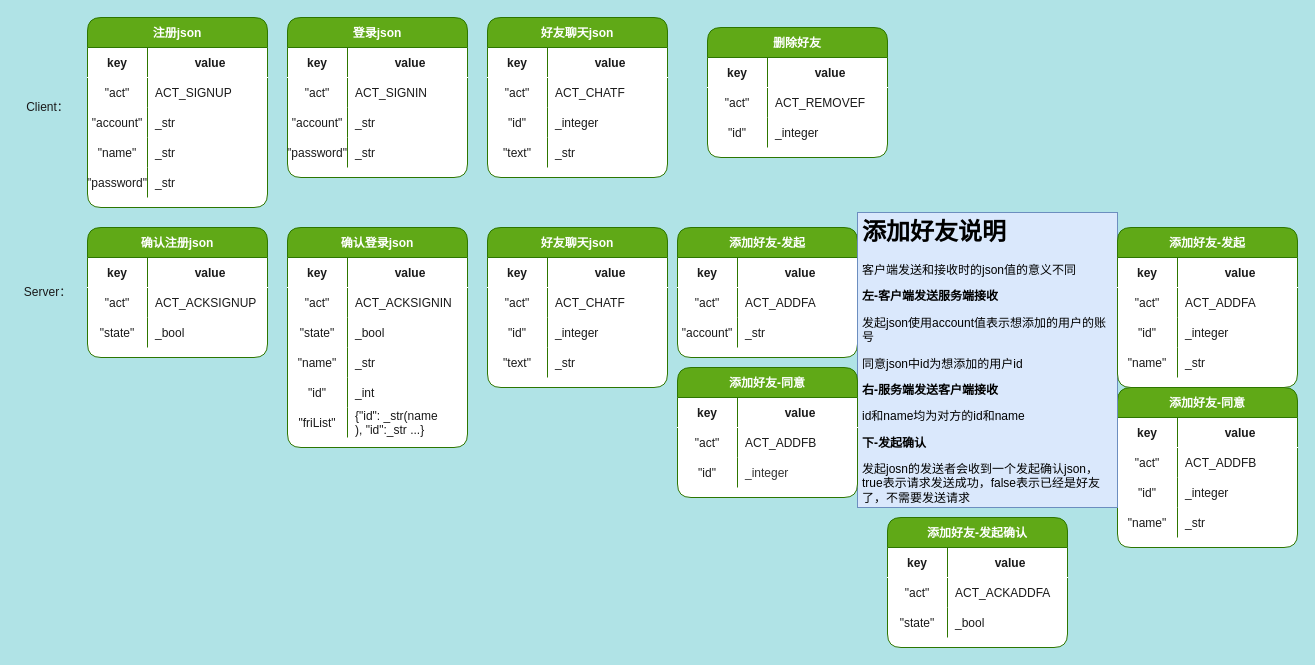
This is json类型约定.drawio from leo-zhang-git/Gchatpro-file, a draw.io file, before an edit. Source tidied: cells renumbered, new cells numbered last; positions are measured from the earlier drawing's top-left corner, leaving out a move shared by most shapes. Both pictures are drawn from the tidied source at 100%, with x=0, y=0 at pixel (17, 17).
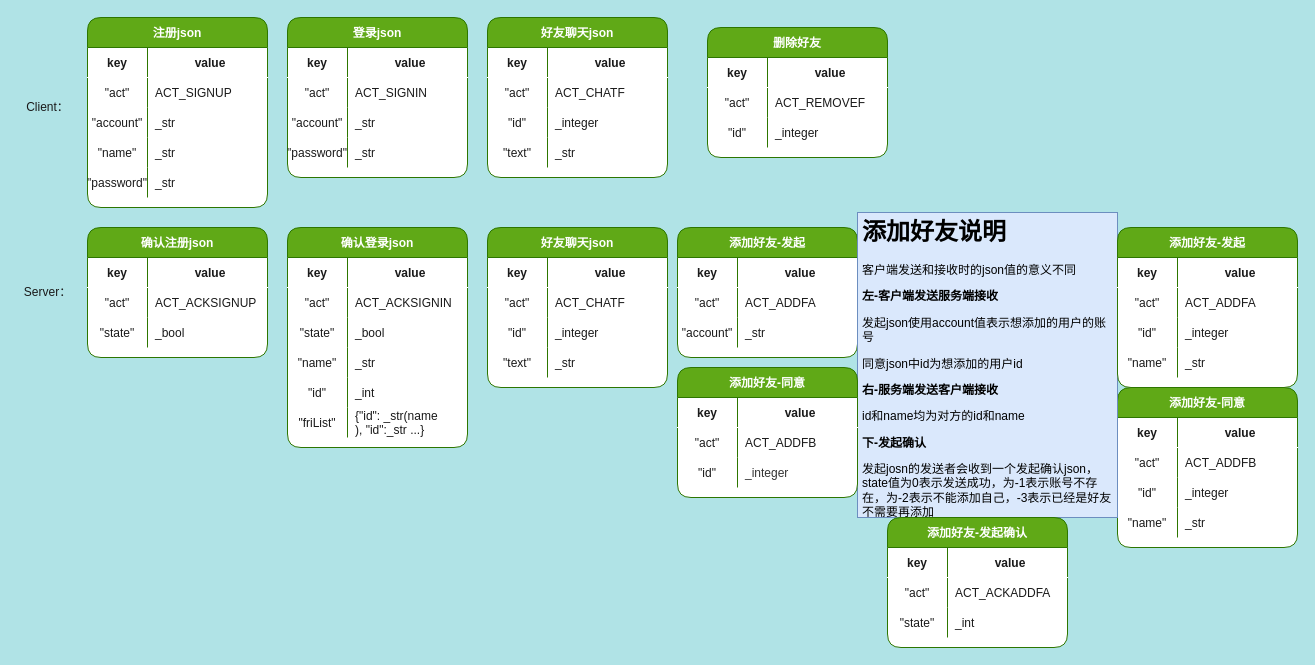
The same page after the edit.

Unchanged cells that the change refers to:
```xml
<mxCell id="152" style="shape=tableRow;horizontal=0;startSize=0;swimlaneHead=0;swimlaneBody=0;fillColor=none;top=0;left=0;right=0;bottom=0;rounded=1;shadow=0;fontColor=#1A1A1A;strokeColor=#FFFFFF;" parent="145" vertex="1">
  <mxGeometry y="90" width="180" height="30" as="geometry" />
</mxCell>
```

The edit, as a diff of the source:
```diff
@@
-    <mxCell id="111" value="&lt;h1&gt;添加好友说明&lt;/h1&gt;&lt;div&gt;客户端发送和接收时的json值的意义不同&lt;/div&gt;&lt;p&gt;&lt;b&gt;左-客户端发送服务端接收&lt;/b&gt;&lt;/p&gt;&lt;p&gt;发起json使用account值表示想添加的用户的账号&lt;/p&gt;&lt;p&gt;同意json中id为想添加的用户id&lt;/p&gt;&lt;p&gt;&lt;b&gt;右-服务端发送客户端接收&lt;/b&gt;&lt;/p&gt;&lt;p&gt;id和name均为对方的id和name&lt;/p&gt;&lt;p&gt;&lt;b&gt;下-发起确认&lt;/b&gt;&lt;/p&gt;&lt;p&gt;发起josn的发送者会收到一个发起确认json，true表示请求发送成功，false表示已经是好友了，不需要发送请求&lt;/p&gt;" style="text;html=1;spacing=5;spacingTop=-20;whiteSpace=wrap;overflow=hidden;rounded=0;fillColor=#dae8fc;strokeColor=#6c8ebf;" parent="1" vertex="1">
-      <mxGeometry x="840" y="195" width="260" height="295" as="geometry" />
+    <mxCell id="111" value="&lt;h1&gt;添加好友说明&lt;/h1&gt;&lt;div&gt;客户端发送和接收时的json值的意义不同&lt;/div&gt;&lt;p&gt;&lt;b&gt;左-客户端发送服务端接收&lt;/b&gt;&lt;/p&gt;&lt;p&gt;发起json使用account值表示想添加的用户的账号&lt;/p&gt;&lt;p&gt;同意json中id为想添加的用户id&lt;/p&gt;&lt;p&gt;&lt;b&gt;右-服务端发送客户端接收&lt;/b&gt;&lt;/p&gt;&lt;p&gt;id和name均为对方的id和name&lt;/p&gt;&lt;p&gt;&lt;b&gt;下-发起确认&lt;/b&gt;&lt;/p&gt;&lt;p&gt;发起josn的发送者会收到一个发起确认json，state值为0表示发送成功，&lt;span&gt;为-1表示账号不存在，为-2表示不能添加自己，-3表示已经是好友不需要再添加&lt;/span&gt;&lt;/p&gt;" style="text;html=1;spacing=5;spacingTop=-20;whiteSpace=wrap;overflow=hidden;rounded=0;fillColor=#dae8fc;strokeColor=#6c8ebf;" parent="1" vertex="1">
+      <mxGeometry x="840" y="195" width="260" height="305" as="geometry" />
     </mxCell>
@@
-    <mxCell id="154" value="_bool" style="shape=partialRectangle;fillColor=none;top=0;left=0;bottom=0;right=0;align=left;spacingLeft=6;overflow=hidden;rounded=1;shadow=0;fontColor=#1A1A1A;strokeColor=#FFFFFF;" parent="152" vertex="1">
+    <mxCell id="154" value="_int" style="shape=partialRectangle;fillColor=none;top=0;left=0;bottom=0;right=0;align=left;spacingLeft=6;overflow=hidden;rounded=1;shadow=0;fontColor=#1A1A1A;strokeColor=#FFFFFF;" parent="152" vertex="1">
       <mxGeometry x="60" width="120" height="30" as="geometry" />
     </mxCell>
```
